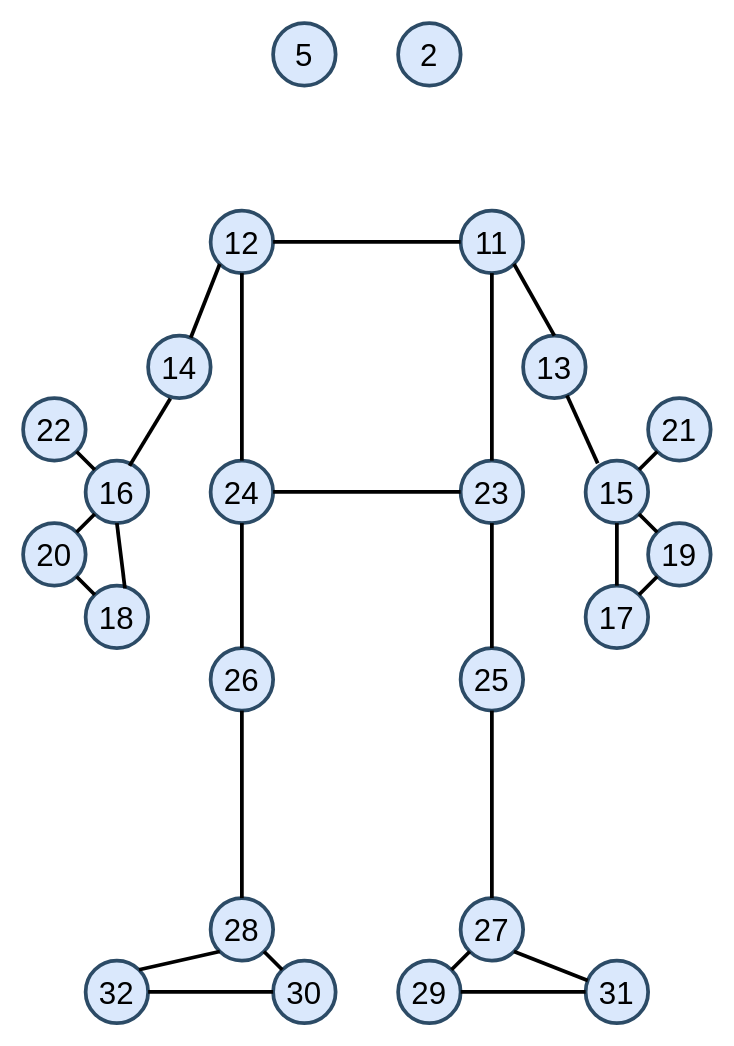
oleksandrblazhko/VirtYoga keeps this draw.io diagram as page "Звичайна поза. Фронтальна проєкція" (1 of 2) of YogaDocs/Skeleton.drawio. Above is the earlier version. Source tidied: cells renumbered, new cells numbered last; positions are measured from the earlier drawing's top-left corner, leaving out a move shared by most shapes. Both pictures are drawn from the tidied source at 125%, with x=0, y=0 at pixel (22, 22).
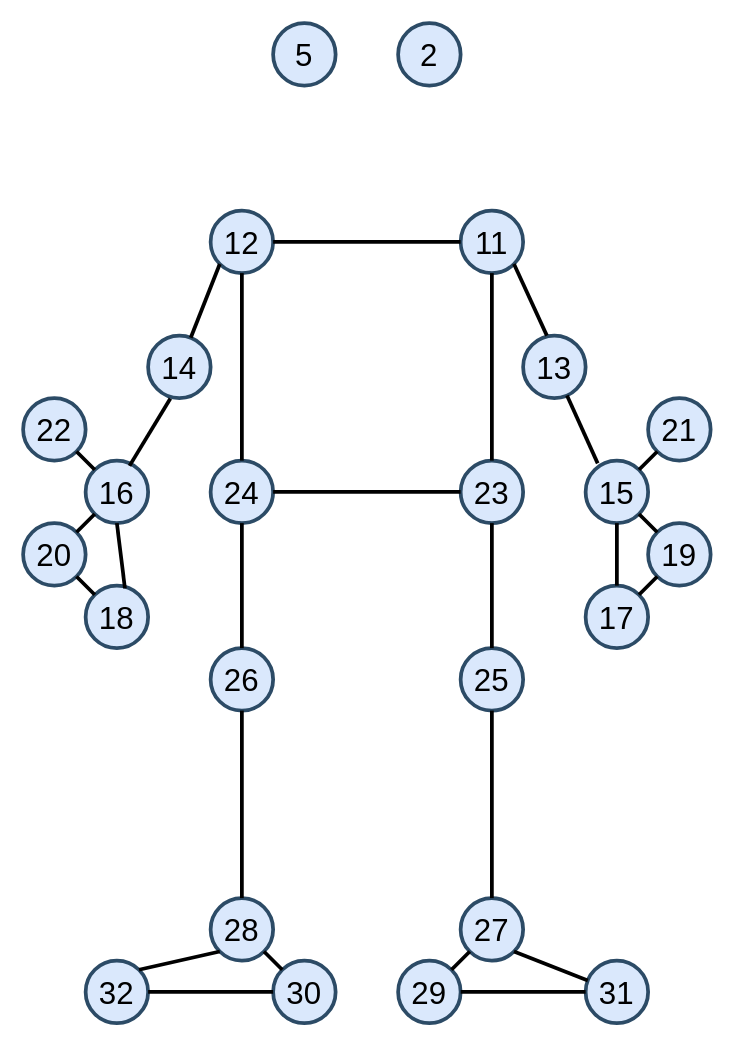
Above is the later version.

Unchanged cells that the change refers to:
```xml
<mxCell id="5" value="&lt;font style=&quot;font-size: 25px;&quot;&gt;11&lt;/font&gt;" style="ellipse;whiteSpace=wrap;html=1;strokeWidth=3;fillColor=#dae8fc;strokeColor=#2C4B66;" parent="1" vertex="1">
  <mxGeometry x="350" y="150" width="50" height="50" as="geometry" />
</mxCell>
<mxCell id="7" value="&lt;font style=&quot;font-size: 25px;&quot;&gt;13&lt;/font&gt;" style="ellipse;whiteSpace=wrap;html=1;strokeWidth=3;fillColor=#dae8fc;strokeColor=#2C4B66;" parent="1" vertex="1">
  <mxGeometry x="400" y="250" width="50" height="50" as="geometry" />
</mxCell>
```

Diff of the diagram source:
```diff
@@
-    <mxCell id="22" style="endArrow=none;html=1;rounded=0;exitX=0.5;exitY=0;exitDx=0;exitDy=0;entryX=1;entryY=1;entryDx=0;entryDy=0;strokeWidth=3;" parent="1" edge="1" source="7" target="5">
-      <mxGeometry relative="1" as="geometry" />
+    <mxCell id="22" style="endArrow=none;html=1;rounded=0;entryX=1;entryY=1;entryDx=0;entryDy=0;strokeWidth=3;" parent="1" edge="1" target="5">
+      <mxGeometry relative="1" as="geometry">
+        <mxPoint x="419" y="250" as="sourcePoint" />
+      </mxGeometry>
     </mxCell>
```
